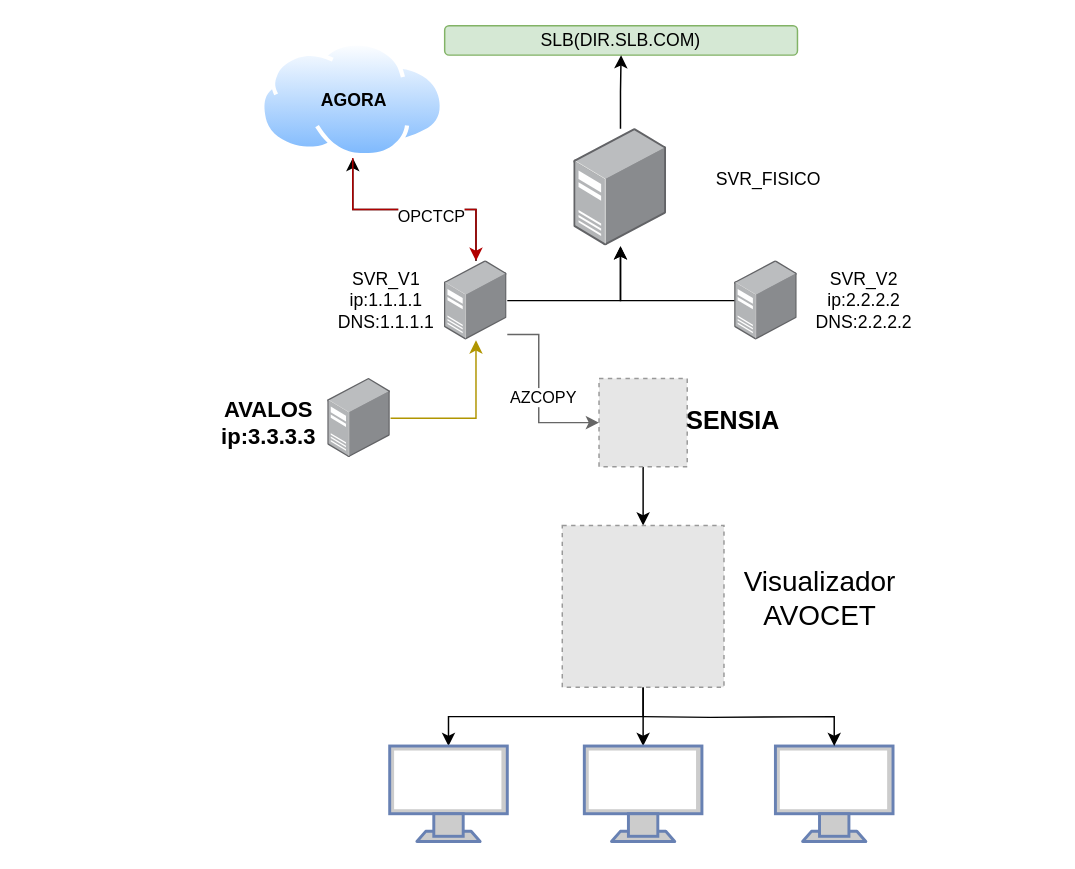
Before: Untitled Diagram.drawio in Kleberslb/Diagramas, a draw.io diagram. Source tidied: cells renumbered, new cells numbered last; positions are measured from the earlier drawing's top-left corner, leaving out a move shared by most shapes. Both pictures are drawn from the tidied source at 147%, with x=0, y=0 at pixel (201, 25). Pictures stored in the file or linked from it are replaced by grey dashed boxes.
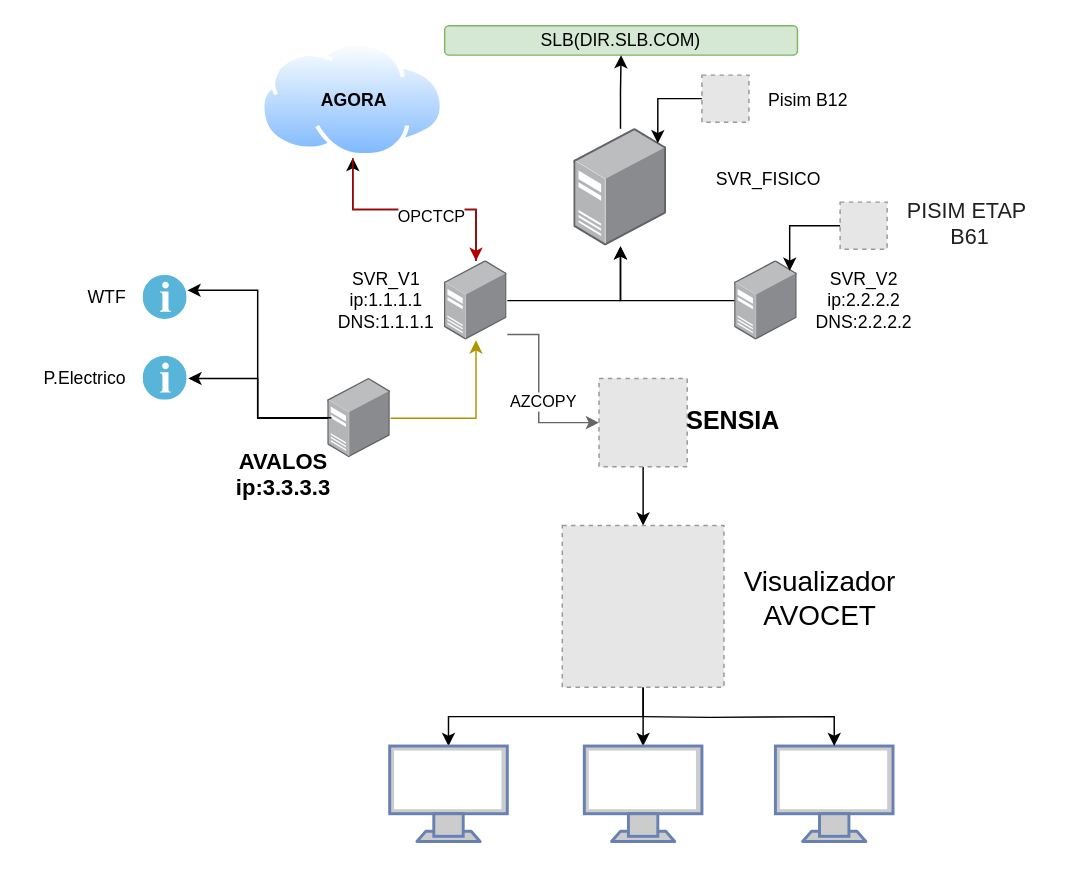
The same diagram, later.

Unchanged cells that the change refers to:
```xml
<mxCell id="4" style="image;points=[];html=1;align=center;shadow=0;dashed=0;image=img/lib/allied_telesis/computer_and_terminals/Server_Desktop.svg;" parent="1" vertex="1">
  <mxGeometry x="253" y="70" width="63.1" height="80" as="geometry" />
</mxCell>
<mxCell id="7" style="image;points=[];html=1;align=center;shadow=0;dashed=0;image=img/lib/allied_telesis/computer_and_terminals/Server_Desktop.svg;" parent="1" vertex="1">
  <mxGeometry x="362.4" y="160" width="42.6" height="54" as="geometry" />
</mxCell>
<mxCell id="9" style="edgeStyle=orthogonalEdgeStyle;rounded=0;jettySize=auto;html=1;entryX=0;entryY=0.5;entryDx=0;entryDy=0;fillColor=#f5f5f5;gradientColor=#b3b3b3;strokeColor=#666666;" parent="1" edge="1" source="12" target="23">
  <mxGeometry relative="1" as="geometry">
    <Array as="points">
      <mxPoint x="229" y="210" />
      <mxPoint x="229" y="270" />
    </Array>
  </mxGeometry>
</mxCell>
<mxCell id="20" style="image;points=[];html=1;align=center;shadow=0;dashed=0;image=img/lib/allied_telesis/computer_and_terminals/Server_Desktop.svg;direction=east;" parent="1" vertex="1">
  <mxGeometry x="85.6" y="240" width="42.6" height="54" as="geometry" />
</mxCell>
```

Change to the diagram source:
```diff
@@
     <mxCell id="10" value="AZCOPY" style="edgeLabel;html=1;align=center;verticalAlign=middle;" parent="9" vertex="1">
-      <mxGeometry x="0.04" y="2" relative="1" as="geometry" />
+      <mxGeometry x="0.04" y="2" relative="1" as="geometry">
+        <mxPoint y="3" as="offset" />
+      </mxGeometry>
     </mxCell>
@@
     <mxCell id="21" value="AVALOS&lt;div&gt;ip:3.3.3.3&lt;/div&gt;" style="text;html=1;align=center;verticalAlign=middle;strokeColor=none;fillColor=none;fontSize=15;fontStyle=1;" parent="1" vertex="1">
-      <mxGeometry y="245" width="90" height="50" as="geometry" />
+      <mxGeometry x="10" y="280" width="90" height="50" as="geometry" />
     </mxCell>
@@
+    <mxCell id="33" style="fillColor=#E6E6E6;strokeColor=#999999;dashed=1;html=1;verticalAlign=top;verticalLabelPosition=bottom;labelBackgroundColor=#ffffff;" parent="1" vertex="1">
+      <mxGeometry x="340" y="33.6" width="32" height="32" as="geometry" />
+    </mxCell>
+    <mxCell id="34" style="edgeStyle=orthogonalEdgeStyle;rounded=0;jettySize=auto;html=1;entryX=0.903;entryY=0.125;entryDx=0;entryDy=0;entryPerimeter=0;" parent="1" edge="1" source="33" target="4">
+      <mxGeometry relative="1" as="geometry" />
+    </mxCell>
+    <mxCell id="35" value="Pisim B12" style="text;html=1;align=center;verticalAlign=middle;strokeColor=none;fillColor=none;" parent="1" vertex="1">
+      <mxGeometry x="372" y="35.6" width="80" height="30" as="geometry" />
+    </mxCell>
+    <mxCell id="36" style="fillColor=#E6E6E6;strokeColor=#999999;dashed=1;html=1;verticalAlign=top;verticalLabelPosition=bottom;labelBackgroundColor=#ffffff;" parent="1" vertex="1">
+      <mxGeometry x="434" y="120" width="32" height="32" as="geometry" />
+    </mxCell>
+    <mxCell id="37" style="edgeStyle=orthogonalEdgeStyle;rounded=0;jettySize=auto;html=1;entryX=0.876;entryY=0.125;entryDx=0;entryDy=0;entryPerimeter=0;" parent="1" edge="1" source="36" target="7">
+      <mxGeometry relative="1" as="geometry" />
+    </mxCell>
+    <mxCell id="38" value="&lt;span style=&quot;font-size: 11pt; color: rgb(35, 31, 32);&quot; lang=&quot;ES-EC&quot;&gt;PISIM ETAP&amp;nbsp;&lt;/span&gt;&lt;div&gt;&lt;span style=&quot;font-size: 11pt; color: rgb(35, 31, 32);&quot; lang=&quot;ES-EC&quot;&gt;B61&lt;/span&gt;&lt;/div&gt;" style="text;html=1;align=center;verticalAlign=middle;strokeColor=none;fillColor=none;" parent="1" vertex="1">
+      <mxGeometry x="467" y="110" width="110" height="50" as="geometry" />
+    </mxCell>
+    <mxCell id="39" style="image;sketch=0;html=1;points=[];align=center;fontSize=12;image=img/lib/mscae/Info.svg;" parent="1" vertex="1">
+      <mxGeometry x="-40" y="225" width="30" height="30" as="geometry" />
+    </mxCell>
+    <mxCell id="40" style="image;sketch=0;html=1;points=[];align=center;fontSize=12;image=img/lib/mscae/Info.svg;" parent="1" vertex="1">
+      <mxGeometry x="-40" y="170" width="30" height="30" as="geometry" />
+    </mxCell>
+    <mxCell id="41" value="WTF" style="text;html=1;align=center;verticalAlign=middle;strokeColor=none;fillColor=none;" parent="1" vertex="1">
+      <mxGeometry x="-90" y="170" width="50" height="30" as="geometry" />
+    </mxCell>
+    <mxCell id="42" value="P.Electrico" style="text;html=1;align=center;verticalAlign=middle;strokeColor=none;fillColor=none;" parent="1" vertex="1">
+      <mxGeometry x="-120" y="225" width="80" height="30" as="geometry" />
+    </mxCell>
+    <mxCell id="43" style="edgeStyle=orthogonalEdgeStyle;rounded=0;jettySize=auto;html=1;entryX=1;entryY=0.333;entryDx=0;entryDy=0;entryPerimeter=0;exitX=0.056;exitY=0.494;exitDx=0;exitDy=0;exitPerimeter=0;" parent="1" edge="1" source="20" target="40">
+      <mxGeometry relative="1" as="geometry" />
+    </mxCell>
+    <mxCell id="44" style="edgeStyle=orthogonalEdgeStyle;rounded=0;jettySize=auto;html=1;entryX=1.022;entryY=0.5;entryDx=0;entryDy=0;entryPerimeter=0;" parent="1" edge="1" source="20" target="39">
+      <mxGeometry relative="1" as="geometry" />
+    </mxCell>
```
